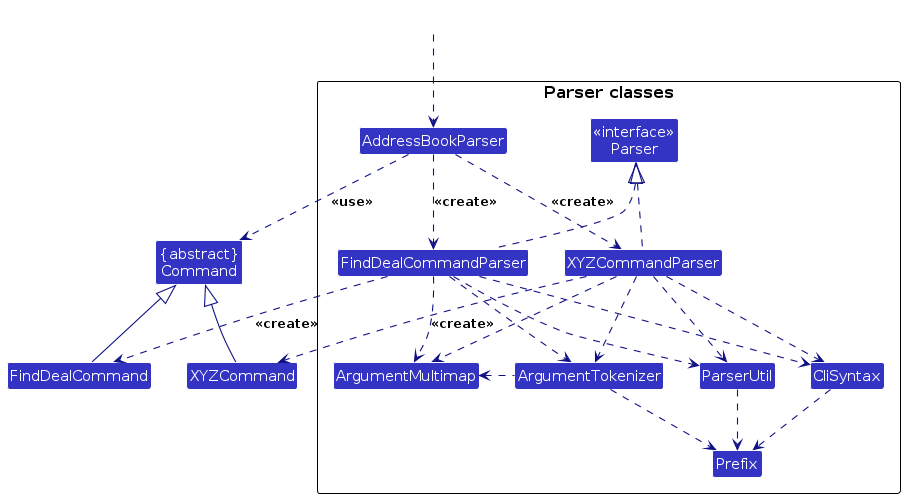
The PlantUML diagram diagrams/ParserClasses.png in githubcsuser/tp, before a commit. Its source is kept beside it as diagrams/ParserClasses.puml. Source of this version:
```plantuml
@startuml
!include style.puml
skinparam arrowThickness 1.1
skinparam arrowColor LOGIC_COLOR_T4
skinparam classBackgroundColor LOGIC_COLOR

Class "{abstract}\nCommand" as Command
Class XYZCommand
Class FindDealCommand

package "Parser classes"{
Class "<<interface>>\nParser" as Parser
Class AddressBookParser
Class XYZCommandParser
Class FindDealCommandParser
Class CliSyntax
Class ParserUtil
Class ArgumentMultimap
Class ArgumentTokenizer
Class Prefix
}

Class HiddenOutside #FFFFFF
HiddenOutside ..> AddressBookParser

AddressBookParser .down.> XYZCommandParser: <<create>>
AddressBookParser .down.> FindDealCommandParser: <<create>>

XYZCommandParser ..> XYZCommand : <<create>>
FindDealCommandParser ..> FindDealCommand : <<create>>
AddressBookParser ..> Command : <<use>>
XYZCommandParser .up.|> Parser
FindDealCommandParser .up.|> Parser
XYZCommandParser ..> ArgumentMultimap
FindDealCommandParser ..> ArgumentMultimap
XYZCommandParser ..> ArgumentTokenizer
FindDealCommandParser ..> ArgumentTokenizer
ArgumentTokenizer .left.> ArgumentMultimap
XYZCommandParser ..> CliSyntax
FindDealCommandParser ..> CliSyntax
CliSyntax ..> Prefix
XYZCommandParser ..> ParserUtil
FindDealCommandParser ..> ParserUtil
ParserUtil .down.> Prefix
ArgumentTokenizer .down.> Prefix
XYZCommand -up-|> Command
FindDealCommand -up-|> Command
@enduml
```
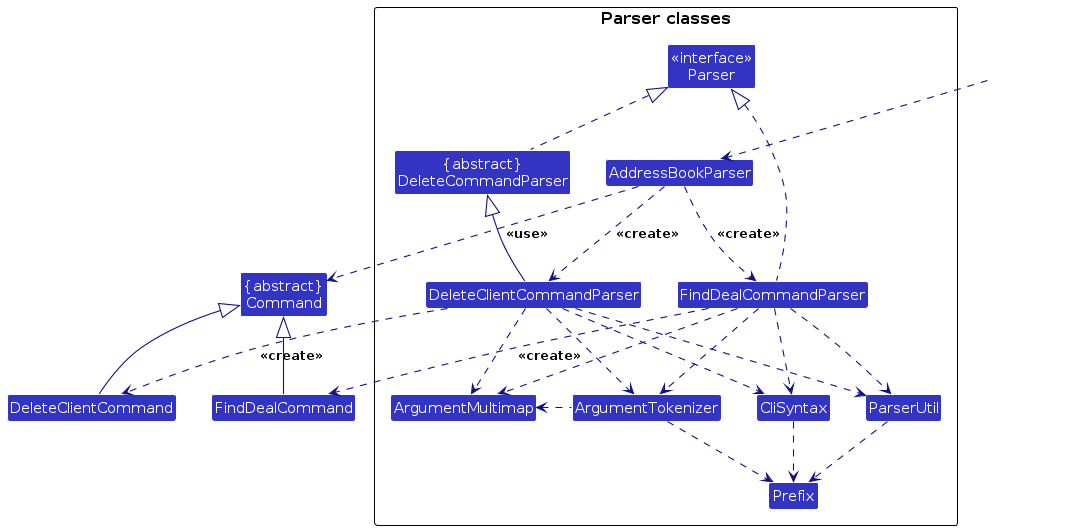
Later version of the same file.

Change to the diagram source:
```diff
@@ -5,14 +5,15 @@
 skinparam classBackgroundColor LOGIC_COLOR
 
 Class "{abstract}\nCommand" as Command
-Class XYZCommand
 Class FindDealCommand
+Class DeleteClientCommand
 
-package "Parser classes"{
+package "Parser classes" {
 Class "<<interface>>\nParser" as Parser
 Class AddressBookParser
-Class XYZCommandParser
 Class FindDealCommandParser
+Class DeleteClientCommandParser
+Class "{abstract}\nDeleteCommandParser" as DeleteCommandParser
 Class CliSyntax
 Class ParserUtil
 Class ArgumentMultimap
@@ -23,26 +24,33 @@
 Class HiddenOutside #FFFFFF
 HiddenOutside ..> AddressBookParser
 
-AddressBookParser .down.> XYZCommandParser: <<create>>
-AddressBookParser .down.> FindDealCommandParser: <<create>>
+AddressBookParser .down.> FindDealCommandParser : <<create>>
+AddressBookParser .down.> DeleteClientCommandParser : <<create>>
 
-XYZCommandParser ..> XYZCommand : <<create>>
 FindDealCommandParser ..> FindDealCommand : <<create>>
+DeleteClientCommandParser ..> DeleteClientCommand : <<create>>
 AddressBookParser ..> Command : <<use>>
-XYZCommandParser .up.|> Parser
 FindDealCommandParser .up.|> Parser
-XYZCommandParser ..> ArgumentMultimap
+DeleteClientCommandParser -up-|> DeleteCommandParser
+DeleteCommandParser .up.|> Parser
+
 FindDealCommandParser ..> ArgumentMultimap
-XYZCommandParser ..> ArgumentTokenizer
+DeleteClientCommandParser ..> ArgumentMultimap
+
 FindDealCommandParser ..> ArgumentTokenizer
+DeleteClientCommandParser ..> ArgumentTokenizer
+
 ArgumentTokenizer .left.> ArgumentMultimap
-XYZCommandParser ..> CliSyntax
+
 FindDealCommandParser ..> CliSyntax
+DeleteClientCommandParser ..> CliSyntax
+
 CliSyntax ..> Prefix
-XYZCommandParser ..> ParserUtil
 FindDealCommandParser ..> ParserUtil
+DeleteClientCommandParser ..> ParserUtil
+
 ParserUtil .down.> Prefix
 ArgumentTokenizer .down.> Prefix
-XYZCommand -up-|> Command
 FindDealCommand -up-|> Command
+DeleteClientCommand -up-|> Command
 @enduml
```
